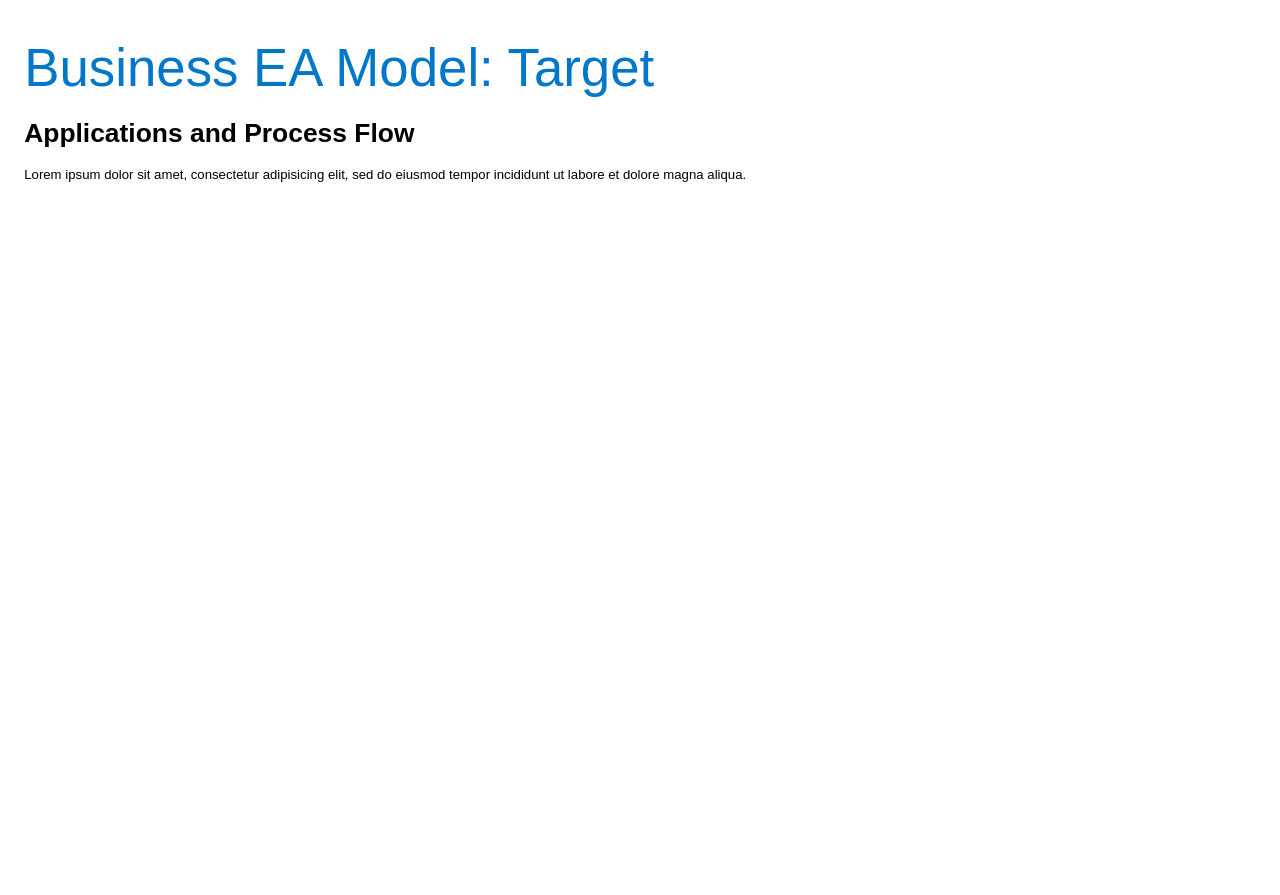
This is page "BEAM: Flow" (3 of 5) of Enterprise Start Architecture.drawio from luchthandel/diagrams, a draw.io file, before an edit. Source tidied: cells renumbered, new cells numbered last; positions are measured from the earlier drawing's top-left corner, leaving out a move shared by most shapes. Both pictures are drawn from the tidied source at 110%, with x=0, y=0 at pixel (19, 30).
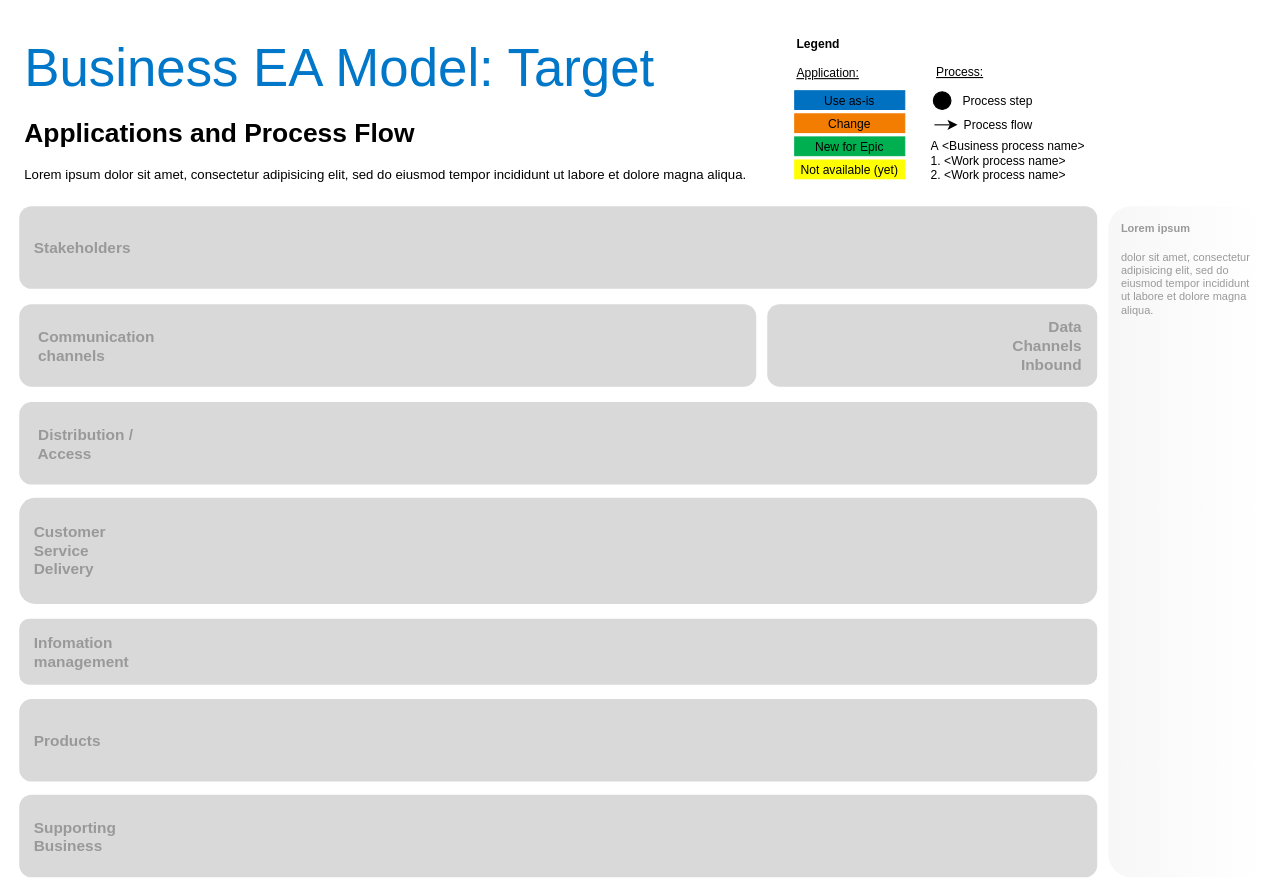
Above is the later version.

What changed in the source:
```diff
@@
+    <mxCell id="3" value="&lt;div style=&quot;font-size: 14px&quot;&gt;&lt;br&gt;&lt;/div&gt;" style="rounded=1;whiteSpace=wrap;html=1;strokeColor=none;fillColor=#F7F7F7;fontSize=11;verticalAlign=middle;align=left;fontStyle=1;gradientColor=#ffffff;gradientDirection=east;" parent="1" vertex="1">
+      <mxGeometry x="990" y="160" width="140" height="610" as="geometry" />
+    </mxCell>
@@
+    <mxCell id="4" value="Use as-is" style="rounded=0;whiteSpace=wrap;html=1;strokeColor=#0070C0;fillColor=#0070C0;fontSize=11;" parent="1" vertex="1">
+      <mxGeometry x="705" y="55" width="100" height="17" as="geometry" />
+    </mxCell>
+    <mxCell id="5" value="Change" style="rounded=0;whiteSpace=wrap;html=1;strokeColor=#F27D00;fillColor=#F27D00;fontSize=11;" parent="1" vertex="1">
+      <mxGeometry x="705" y="76" width="100" height="17" as="geometry" />
+    </mxCell>
+    <mxCell id="6" value="New for Epic" style="rounded=0;whiteSpace=wrap;html=1;strokeColor=#00B050;fillColor=#00B050;fontSize=11;" parent="1" vertex="1">
+      <mxGeometry x="705" y="97" width="100" height="17" as="geometry" />
+    </mxCell>
+    <mxCell id="7" value="Not available (yet)" style="rounded=0;whiteSpace=wrap;html=1;strokeColor=#FFFF00;fillColor=#FFFF00;fontSize=11;" parent="1" vertex="1">
+      <mxGeometry x="705" y="118" width="100" height="17" as="geometry" />
+    </mxCell>
+    <mxCell id="8" value="&lt;b&gt;Legend&lt;br&gt;&lt;/b&gt;&lt;br&gt;&lt;u&gt;Application:&lt;/u&gt;" style="text;html=1;fontSize=11;" parent="1" vertex="1">
+      <mxGeometry x="705" width="60" height="25" as="geometry" />
+    </mxCell>
+    <mxCell id="9" value="&lt;div style=&quot;font-size: 14px&quot;&gt;&lt;font style=&quot;font-size: 14px&quot;&gt;&amp;nbsp; &amp;nbsp; Communication&lt;/font&gt;&lt;/div&gt;&lt;span style=&quot;font-size: 14px&quot;&gt;&lt;div&gt;&lt;font style=&quot;font-size: 14px&quot;&gt;&amp;nbsp; &amp;nbsp; channels&lt;/font&gt;&lt;/div&gt;&lt;/span&gt;" style="rounded=1;whiteSpace=wrap;html=1;strokeColor=none;fillColor=#D9D9D9;fontSize=11;verticalAlign=middle;align=left;fontColor=#999999;fontStyle=1;" parent="1" vertex="1">
+      <mxGeometry y="249" width="670" height="75" as="geometry" />
+    </mxCell>
+    <mxCell id="10" value="&lt;div style=&quot;font-size: 14px&quot;&gt;&lt;font&gt;&amp;nbsp; &amp;nbsp;Stakeholders&lt;/font&gt;&lt;/div&gt;" style="rounded=1;whiteSpace=wrap;html=1;strokeColor=none;fillColor=#D9D9D9;fontSize=11;verticalAlign=middle;align=left;fontColor=#999999;fontStyle=1;" parent="1" vertex="1">
+      <mxGeometry y="160" width="980" height="75" as="geometry" />
+    </mxCell>
+    <mxCell id="11" value="&lt;div style=&quot;font-size: 14px&quot;&gt;&lt;font&gt;Data&amp;nbsp; &amp;nbsp;&lt;/font&gt;&lt;/div&gt;&lt;div style=&quot;font-size: 14px&quot;&gt;&lt;font&gt;Channels&amp;nbsp; &amp;nbsp;&lt;/font&gt;&lt;/div&gt;&lt;div style=&quot;font-size: 14px&quot;&gt;&lt;font&gt;Inbound&amp;nbsp; &amp;nbsp;&lt;/font&gt;&lt;/div&gt;" style="rounded=1;whiteSpace=wrap;html=1;strokeColor=none;fillColor=#D9D9D9;fontSize=11;verticalAlign=middle;align=right;fontColor=#999999;fontStyle=1;" parent="1" vertex="1">
+      <mxGeometry x="680" y="249" width="300" height="75" as="geometry" />
+    </mxCell>
+    <mxCell id="12" value="&lt;div style=&quot;font-size: 14px&quot;&gt;&lt;font style=&quot;font-size: 14px&quot;&gt;&amp;nbsp; &amp;nbsp; Distribution /&lt;/font&gt;&lt;/div&gt;&lt;span style=&quot;font-size: 14px&quot;&gt;&lt;div&gt;&lt;font style=&quot;font-size: 14px&quot;&gt;&amp;nbsp; &amp;nbsp; Access&lt;/font&gt;&lt;/div&gt;&lt;/span&gt;" style="rounded=1;whiteSpace=wrap;html=1;strokeColor=none;fillColor=#D9D9D9;fontSize=11;verticalAlign=middle;align=left;fontColor=#999999;fontStyle=1;" parent="1" vertex="1">
+      <mxGeometry y="338" width="980" height="75" as="geometry" />
+    </mxCell>
+    <mxCell id="13" value="&lt;div style=&quot;font-size: 14px&quot;&gt;&lt;font&gt;&amp;nbsp; &amp;nbsp;Products&lt;/font&gt;&lt;/div&gt;" style="rounded=1;whiteSpace=wrap;html=1;strokeColor=none;fillColor=#D9D9D9;fontSize=11;verticalAlign=middle;align=left;fontColor=#999999;fontStyle=1;" parent="1" vertex="1">
+      <mxGeometry y="608" width="980" height="75" as="geometry" />
+    </mxCell>
+    <mxCell id="14" value="&lt;div style=&quot;font-size: 14px&quot;&gt;&lt;font&gt;&amp;nbsp; &amp;nbsp;Supporting&lt;/font&gt;&lt;/div&gt;&lt;div style=&quot;font-size: 14px&quot;&gt;&lt;font&gt;&amp;nbsp; &amp;nbsp;Business&lt;/font&gt;&lt;/div&gt;" style="rounded=1;whiteSpace=wrap;html=1;strokeColor=none;fillColor=#D9D9D9;fontSize=11;verticalAlign=middle;align=left;fontColor=#999999;fontStyle=1;" parent="1" vertex="1">
+      <mxGeometry y="695" width="980" height="75" as="geometry" />
+    </mxCell>
+    <mxCell id="15" value="&lt;div style=&quot;font-size: 14px&quot;&gt;&lt;font&gt;&amp;nbsp; &amp;nbsp;Customer&lt;/font&gt;&lt;/div&gt;&lt;div style=&quot;font-size: 14px&quot;&gt;&lt;font&gt;&amp;nbsp; &amp;nbsp;Service&lt;/font&gt;&lt;/div&gt;&lt;div style=&quot;font-size: 14px&quot;&gt;&lt;font&gt;&amp;nbsp; &amp;nbsp;Delivery&lt;/font&gt;&lt;/div&gt;" style="rounded=1;whiteSpace=wrap;html=1;strokeColor=none;fillColor=#D9D9D9;fontSize=11;verticalAlign=middle;align=left;fontColor=#999999;fontStyle=1;" parent="1" vertex="1">
+      <mxGeometry y="425" width="980" height="96.5" as="geometry" />
+    </mxCell>
+    <mxCell id="16" value="&lt;div style=&quot;font-size: 14px&quot;&gt;&lt;font&gt;&amp;nbsp; &amp;nbsp;Infomation&lt;/font&gt;&lt;/div&gt;&lt;div style=&quot;font-size: 14px&quot;&gt;&lt;font&gt;&amp;nbsp; &amp;nbsp;management&lt;/font&gt;&lt;/div&gt;" style="rounded=1;whiteSpace=wrap;html=1;strokeColor=none;fillColor=#D9D9D9;fontSize=11;verticalAlign=middle;align=left;fontColor=#999999;fontStyle=1;" parent="1" vertex="1">
+      <mxGeometry y="535" width="980" height="60" as="geometry" />
+    </mxCell>
+    <mxCell id="17" value="&lt;h1 style=&quot;font-size: 11px&quot;&gt;&lt;p style=&quot;margin-top: 0pt ; margin-bottom: 0pt ; margin-left: 0in ; direction: ltr ; unicode-bidi: embed ; word-break: normal&quot;&gt;&lt;font color=&quot;#000000&quot; style=&quot;font-weight: normal ; font-size: 11px&quot;&gt;&lt;span&gt;A&amp;nbsp;&lt;/span&gt;&lt;span style=&quot;font-family: &amp;#34;arial&amp;#34;&quot;&gt;&amp;lt;Business &lt;/span&gt;&lt;span style=&quot;font-family: &amp;#34;arial&amp;#34;&quot;&gt;process&lt;/span&gt;&lt;span style=&quot;font-family: &amp;#34;arial&amp;#34;&quot;&gt; name&amp;gt;&lt;br&gt;&lt;/span&gt;&lt;/font&gt;&lt;font color=&quot;#000000&quot; style=&quot;font-weight: normal ; font-size: 11px&quot;&gt;&lt;span style=&quot;font-family: &amp;#34;arial&amp;#34;&quot;&gt;1.&amp;nbsp;&lt;/span&gt;&lt;/font&gt;&lt;font color=&quot;#000000&quot; style=&quot;font-weight: normal ; font-size: 11px&quot;&gt;&lt;span style=&quot;font-family: &amp;#34;arial&amp;#34;&quot;&gt;&amp;lt;&lt;/span&gt;&lt;span style=&quot;font-family: &amp;#34;arial&amp;#34;&quot;&gt;Work&amp;nbsp;&lt;/span&gt;&lt;/font&gt;&lt;font color=&quot;#000000&quot; style=&quot;font-weight: normal ; font-size: 11px&quot;&gt;&lt;span style=&quot;font-family: &amp;#34;arial&amp;#34;&quot;&gt;process&lt;/span&gt;&lt;span style=&quot;font-family: &amp;#34;arial&amp;#34;&quot;&gt; name&amp;gt;&lt;br&gt;&lt;/span&gt;&lt;/font&gt;&lt;font color=&quot;#000000&quot; style=&quot;font-weight: normal ; font-size: 11px&quot;&gt;&lt;span style=&quot;font-family: &amp;#34;arial&amp;#34;&quot;&gt;2.&amp;nbsp;&lt;/span&gt;&lt;/font&gt;&lt;font color=&quot;#000000&quot; style=&quot;font-weight: normal ; font-size: 11px&quot;&gt;&lt;span style=&quot;font-family: &amp;#34;arial&amp;#34;&quot;&gt;&amp;lt;&lt;/span&gt;&lt;span style=&quot;font-family: &amp;#34;arial&amp;#34;&quot;&gt;Work&amp;nbsp;&lt;/span&gt;&lt;/font&gt;&lt;font color=&quot;#000000&quot; style=&quot;font-weight: normal ; font-size: 11px&quot;&gt;&lt;span style=&quot;font-family: &amp;#34;arial&amp;#34;&quot;&gt;process&lt;/span&gt;&lt;span style=&quot;font-family: &amp;#34;arial&amp;#34;&quot;&gt; name&amp;gt;&lt;/span&gt;&lt;/font&gt;&lt;/p&gt;&lt;br&gt;&lt;/h1&gt;" style="text;html=1;strokeColor=none;fillColor=none;spacing=5;spacingTop=-20;whiteSpace=wrap;overflow=hidden;rounded=0;fontSize=10;fontColor=#999999;align=left;" parent="1" vertex="1">
+      <mxGeometry x="824" y="102" width="153" height="44.5" as="geometry" />
+    </mxCell>
+    <mxCell id="18" style="group;" parent="1" vertex="1">
+      <mxGeometry x="832" y="52" width="105" height="20" as="geometry" />
+    </mxCell>
+    <mxCell id="19" style="group;" parent="18" vertex="1">
+      <mxGeometry width="105" height="20" as="geometry" />
+    </mxCell>
+    <mxCell id="20" style="group;" parent="19" vertex="1">
+      <mxGeometry width="105" height="20" as="geometry" />
+    </mxCell>
+    <mxCell id="21" value="Process step" style="text;html=1;fontSize=11;verticalAlign=middle;" parent="20" vertex="1">
+      <mxGeometry x="24" y="2" width="80" height="20" as="geometry" />
+    </mxCell>
+    <mxCell id="22" value="&lt;font color=&quot;#ffffff&quot; style=&quot;font-size: 11px&quot;&gt;&lt;br style=&quot;font-size: 11px&quot;&gt;&lt;/font&gt;" style="ellipse;whiteSpace=wrap;html=1;fillColor=#000000;verticalAlign=bottom;textDirection=ltr;fontSize=11;fontStyle=1;" parent="20" vertex="1">
+      <mxGeometry x="-1" y="4" width="16" height="16" as="geometry" />
+    </mxCell>
+    <mxCell id="23" value="&lt;u&gt;Process:&lt;/u&gt;" style="text;html=1;fontSize=11;" parent="1" vertex="1">
+      <mxGeometry x="832" y="25" width="75" height="25" as="geometry" />
+    </mxCell>
+    <mxCell id="24" style="group;" parent="1" vertex="1">
+      <mxGeometry x="832" y="76" width="105" height="20" as="geometry" />
+    </mxCell>
+    <mxCell id="25" value="Process flow" style="text;html=1;fontSize=11;verticalAlign=middle;" parent="24" vertex="1">
+      <mxGeometry x="25" width="80" height="20" as="geometry" />
+    </mxCell>
+    <mxCell id="26" style="endArrow=classic;html=1;fontSize=11;fontColor=#999999;" parent="24" edge="1">
+      <mxGeometry relative="1" as="geometry">
+        <mxPoint y="10" as="sourcePoint" />
+        <mxPoint x="21" y="10" as="targetPoint" />
+      </mxGeometry>
+    </mxCell>
+    <mxCell id="27" value="&lt;h4&gt;Lorem ipsum &lt;/h4&gt;dolor sit amet, consectetur adipisicing elit, sed do eiusmod tempor incididunt ut labore et dolore magna aliqua." style="text;html=1;fontSize=10;fontColor=#999999;whiteSpace=wrap;" parent="1" vertex="1">
+      <mxGeometry x="1000" y="155" width="120" height="160" as="geometry" />
+    </mxCell>
```
